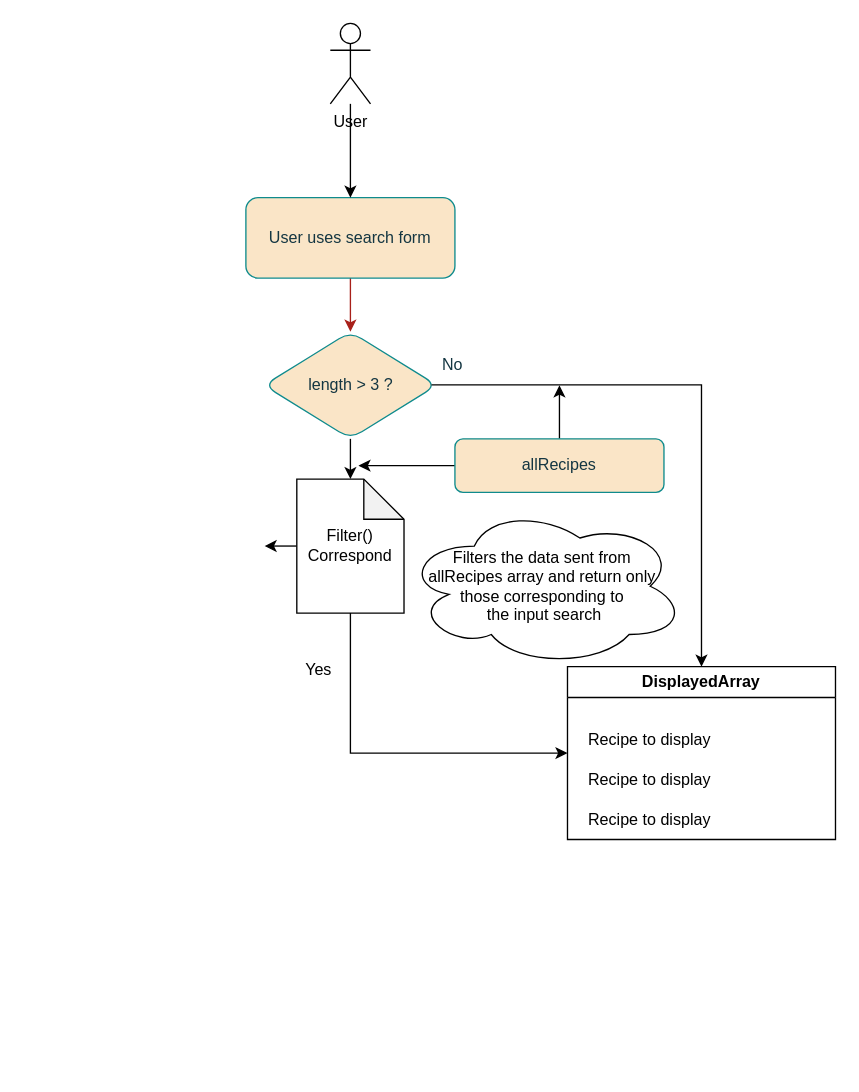
Above: diagrams/array-method2.drawio in aziiane/OC-P7 (draw.io), before the change. Source tidied: cells renumbered, new cells numbered last; positions are measured from the earlier drawing's top-left corner, leaving out a move shared by most shapes. Both pictures are drawn from the tidied source at 134%, with x=0, y=0 at pixel (245, 23).
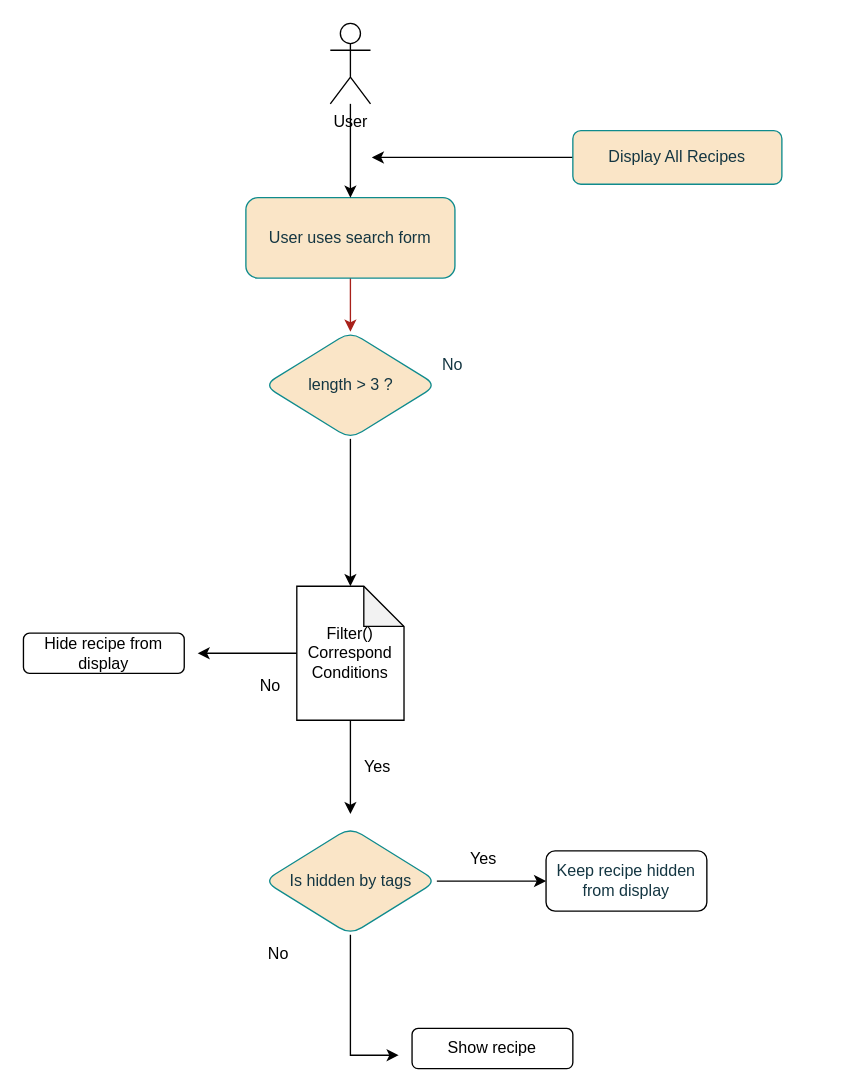
Above is the later version.

The change refers to these unchanged cells:
```xml
<mxCell id="4" value="length &amp;gt; 3 ?" style="rhombus;whiteSpace=wrap;html=1;rounded=1;labelBackgroundColor=none;fillColor=#FAE5C7;strokeColor=#0F8B8D;fontColor=#143642;" parent="1" vertex="1">
  <mxGeometry x="13.5" y="230" width="129" height="80" as="geometry" />
</mxCell>
```

What changed in the source:
```diff
@@
-    <mxCell id="7" style="edgeStyle=orthogonalEdgeStyle;rounded=0;jettySize=auto;html=1;exitX=0.969;exitY=0.496;exitDx=0;exitDy=0;entryX=0.5;entryY=0;entryDx=0;entryDy=0;exitPerimeter=0;" parent="1" edge="1" source="4" target="8">
-      <mxGeometry relative="1" as="geometry">
-        <Array as="points">
-          <mxPoint x="340" y="270" />
-        </Array>
-      </mxGeometry>
-    </mxCell>
-    <mxCell id="8" value="DisplayedArray" style="swimlane;whiteSpace=wrap;html=1;" parent="1" vertex="1">
-      <mxGeometry x="240" y="480" width="200" height="129" as="geometry" />
-    </mxCell>
-    <mxCell id="9" value="Recipe to display" style="text;html=1;align=center;verticalAlign=middle;strokeColor=none;fillColor=none;" parent="8" vertex="1">
-      <mxGeometry x="6" y="40" width="110" height="30" as="geometry" />
-    </mxCell>
-    <mxCell id="10" value="Recipe to display" style="text;html=1;align=center;verticalAlign=middle;strokeColor=none;fillColor=none;" parent="8" vertex="1">
-      <mxGeometry x="6" y="70" width="110" height="30" as="geometry" />
-    </mxCell>
-    <mxCell id="11" value="Recipe to display" style="text;html=1;align=center;verticalAlign=middle;strokeColor=none;fillColor=none;" parent="8" vertex="1">
-      <mxGeometry x="6" y="100" width="110" height="30" as="geometry" />
-    </mxCell>
-    <mxCell id="12" style="edgeStyle=orthogonalEdgeStyle;rounded=0;jettySize=auto;html=1;" parent="1" edge="1" source="14">
-      <mxGeometry relative="1" as="geometry">
-        <mxPoint x="234" y="270" as="targetPoint" />
-      </mxGeometry>
-    </mxCell>
     <mxCell id="13" style="edgeStyle=orthogonalEdgeStyle;rounded=0;jettySize=auto;html=1;" parent="1" edge="1" source="14">
       <mxGeometry relative="1" as="geometry">
-        <mxPoint x="84" y="330" as="targetPoint" />
+        <mxPoint x="94" y="100" as="targetPoint" />
       </mxGeometry>
     </mxCell>
-    <mxCell id="14" value="allRecipes" style="rounded=1;whiteSpace=wrap;html=1;labelBackgroundColor=none;fillColor=#FAE5C7;strokeColor=#0F8B8D;fontColor=#143642;" parent="1" vertex="1">
-      <mxGeometry x="156" y="310" width="156" height="40" as="geometry" />
+    <mxCell id="14" value="Display All Recipes" style="rounded=1;whiteSpace=wrap;html=1;labelBackgroundColor=none;fillColor=#FAE5C7;strokeColor=#0F8B8D;fontColor=#143642;" parent="1" vertex="1">
+      <mxGeometry x="244" y="80" width="156" height="40" as="geometry" />
     </mxCell>
-    <mxCell id="15" style="edgeStyle=orthogonalEdgeStyle;rounded=0;jettySize=auto;html=1;exitX=0.5;exitY=1;exitDx=0;exitDy=0;exitPerimeter=0;entryX=0;entryY=0.5;entryDx=0;entryDy=0;" parent="1" edge="1" source="17" target="8">
-      <mxGeometry relative="1" as="geometry" />
-    </mxCell>
     <mxCell id="16" style="edgeStyle=orthogonalEdgeStyle;rounded=0;jettySize=auto;html=1;exitX=0;exitY=0.5;exitDx=0;exitDy=0;exitPerimeter=0;" parent="1" edge="1" source="17">
       <mxGeometry relative="1" as="geometry">
-        <mxPoint x="14" y="390.2" as="targetPoint" />
+        <mxPoint x="-36" y="470" as="targetPoint" />
       </mxGeometry>
     </mxCell>
-    <mxCell id="17" value="Filter()&lt;div&gt;Correspond&lt;/div&gt;" style="shape=note;whiteSpace=wrap;html=1;backgroundOutline=1;darkOpacity=0.05;" parent="1" vertex="1">
-      <mxGeometry x="38" y="340" width="80" height="100" as="geometry" />
+    <mxCell id="17" value="Filter()&lt;div&gt;Correspond&lt;/div&gt;&lt;div&gt;Conditions&lt;/div&gt;" style="shape=note;whiteSpace=wrap;html=1;backgroundOutline=1;darkOpacity=0.05;" parent="1" vertex="1">
+      <mxGeometry x="38" y="420" width="80" height="100" as="geometry" />
     </mxCell>
@@
-    <mxCell id="20" value="Filters the data sent from&amp;nbsp;&lt;div&gt;allRecipes array and return only&amp;nbsp;&lt;/div&gt;&lt;div&gt;those corresponding to&amp;nbsp;&lt;/div&gt;&lt;div&gt;the input search&lt;/div&gt;" style="ellipse;shape=cloud;whiteSpace=wrap;html=1;" parent="1" vertex="1">
-      <mxGeometry x="118" y="360" width="210" height="120" as="geometry" />
-    </mxCell>
     <mxCell id="21" value="Yes" style="text;html=1;align=center;verticalAlign=middle;strokeColor=none;fillColor=none;" parent="1" vertex="1">
-      <mxGeometry x="34" y="468" width="40" height="30" as="geometry" />
+      <mxGeometry x="78" y="540" width="40" height="30" as="geometry" />
     </mxCell>
+    <mxCell id="22" style="edgeStyle=orthogonalEdgeStyle;rounded=0;jettySize=auto;html=1;exitX=0.5;exitY=1;exitDx=0;exitDy=0;exitPerimeter=0;" parent="1" edge="1" source="17">
+      <mxGeometry relative="1" as="geometry">
+        <mxPoint x="78" y="590" as="targetPoint" />
+      </mxGeometry>
+    </mxCell>
+    <mxCell id="23" value="No" style="text;html=1;align=center;verticalAlign=middle;strokeColor=none;fillColor=none;" parent="1" vertex="1">
+      <mxGeometry x="-2" y="480" width="40" height="30" as="geometry" />
+    </mxCell>
+    <mxCell id="24" value="Hide recipe from display" style="rounded=1;whiteSpace=wrap;html=1;" parent="1" vertex="1">
+      <mxGeometry x="-166" y="455" width="120" height="30" as="geometry" />
+    </mxCell>
+    <mxCell id="25" value="Show recipe" style="rounded=1;whiteSpace=wrap;html=1;" parent="1" vertex="1">
+      <mxGeometry x="124" y="750" width="120" height="30" as="geometry" />
+    </mxCell>
+    <mxCell id="26" style="edgeStyle=orthogonalEdgeStyle;rounded=0;jettySize=auto;html=1;" parent="1" edge="1" source="27" target="31">
+      <mxGeometry relative="1" as="geometry" />
+    </mxCell>
+    <mxCell id="27" value="Is hidden by tags" style="rhombus;whiteSpace=wrap;html=1;rounded=1;labelBackgroundColor=none;fillColor=#FAE5C7;strokeColor=#0F8B8D;fontColor=#143642;" parent="1" vertex="1">
+      <mxGeometry x="13.5" y="600" width="129" height="80" as="geometry" />
+    </mxCell>
+    <mxCell id="28" value="Yes" style="text;html=1;align=center;verticalAlign=middle;strokeColor=none;fillColor=none;" parent="1" vertex="1">
+      <mxGeometry x="157" y="609" width="40" height="30" as="geometry" />
+    </mxCell>
+    <mxCell id="29" value="No" style="text;html=1;align=center;verticalAlign=middle;strokeColor=none;fillColor=none;" parent="1" vertex="1">
+      <mxGeometry x="4" y="680" width="40" height="30" as="geometry" />
+    </mxCell>
+    <mxCell id="30" style="edgeStyle=orthogonalEdgeStyle;rounded=0;jettySize=auto;html=1;exitX=0.5;exitY=1;exitDx=0;exitDy=0;" parent="1" edge="1" source="27">
+      <mxGeometry relative="1" as="geometry">
+        <mxPoint x="114" y="770" as="targetPoint" />
+        <Array as="points">
+          <mxPoint x="78" y="770" />
+        </Array>
+      </mxGeometry>
+    </mxCell>
+    <mxCell id="31" value="&lt;span style=&quot;color: rgb(20, 54, 66);&quot;&gt;Keep recipe hidden from display&lt;/span&gt;" style="rounded=1;whiteSpace=wrap;html=1;" parent="1" vertex="1">
+      <mxGeometry x="224" y="617.5" width="120" height="45" as="geometry" />
+    </mxCell>
```
